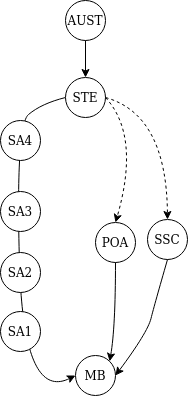
Above: gabrielsargeant/content/posts/graph1/tree.png in gabesargeant/blog (draw.io), before the change. Source tidied: cells renumbered, new cells last; positions are measured from the earlier drawing's top-left corner, leaving out a move shared by most shapes. The source it was exported from:
```xml
<mxGraphModel>
  <root>
    <mxCell id="0" />
    <mxCell id="1" parent="0" />
    <mxCell id="2" style="curved=1;endArrow=classic;html=1;entryX=0;entryY=0.5;entryDx=0;entryDy=0;exitX=0;exitY=0.5;exitDx=0;exitDy=0;" parent="1" edge="1" source="4" target="8">
      <mxGeometry relative="1" as="geometry">
        <Array as="points">
          <mxPoint x="41" y="103" />
          <mxPoint x="15" y="125" />
          <mxPoint x="23" y="401" />
        </Array>
      </mxGeometry>
    </mxCell>
    <mxCell id="3" value="AUST" style="ellipse;whiteSpace=wrap;html=1;" parent="1" vertex="1">
      <mxGeometry x="65" width="40" height="40" as="geometry" />
    </mxCell>
    <mxCell id="4" value="STE" style="ellipse;whiteSpace=wrap;html=1;" parent="1" vertex="1">
      <mxGeometry x="65" y="77" width="40" height="40" as="geometry" />
    </mxCell>
    <mxCell id="5" value="SA4" style="ellipse;whiteSpace=wrap;html=1;" parent="1" vertex="1">
      <mxGeometry y="120" width="40" height="40" as="geometry" />
    </mxCell>
    <mxCell id="6" value="SA2" style="ellipse;whiteSpace=wrap;html=1;" parent="1" vertex="1">
      <mxGeometry y="252" width="40" height="40" as="geometry" />
    </mxCell>
    <mxCell id="7" value="SA1" style="ellipse;whiteSpace=wrap;html=1;" parent="1" vertex="1">
      <mxGeometry y="311" width="40" height="40" as="geometry" />
    </mxCell>
    <mxCell id="8" value="MB" style="ellipse;whiteSpace=wrap;html=1;" parent="1" vertex="1">
      <mxGeometry x="75" y="355" width="40" height="40" as="geometry" />
    </mxCell>
    <mxCell id="9" value="POA" style="ellipse;whiteSpace=wrap;html=1;" parent="1" vertex="1">
      <mxGeometry x="95" y="222" width="40" height="40" as="geometry" />
    </mxCell>
    <mxCell id="10" value="SSC" style="ellipse;whiteSpace=wrap;html=1;" parent="1" vertex="1">
      <mxGeometry x="147" y="219" width="40" height="40" as="geometry" />
    </mxCell>
    <mxCell id="11" style="endArrow=classic;html=1;exitX=0.5;exitY=1;exitDx=0;exitDy=0;" parent="1" edge="1" source="3" target="4">
      <mxGeometry relative="1" as="geometry" />
    </mxCell>
    <mxCell id="12" style="curved=1;endArrow=classic;html=1;exitX=1;exitY=0.5;exitDx=0;exitDy=0;entryX=0.5;entryY=0;entryDx=0;entryDy=0;dashed=1;" parent="1" edge="1" source="4" target="9">
      <mxGeometry relative="1" as="geometry">
        <Array as="points">
          <mxPoint x="140" y="135" />
        </Array>
      </mxGeometry>
    </mxCell>
    <mxCell id="13" style="curved=1;endArrow=classic;html=1;exitX=1;exitY=0.5;exitDx=0;exitDy=0;entryX=0.5;entryY=0;entryDx=0;entryDy=0;dashed=1;" parent="1" edge="1" source="4" target="10">
      <mxGeometry relative="1" as="geometry">
        <Array as="points">
          <mxPoint x="166" y="114" />
        </Array>
      </mxGeometry>
    </mxCell>
    <mxCell id="14" style="curved=1;endArrow=classic;html=1;entryX=1;entryY=0;entryDx=0;entryDy=0;exitX=0.5;exitY=1;exitDx=0;exitDy=0;" parent="1" edge="1" source="9" target="8">
      <mxGeometry relative="1" as="geometry">
        <Array as="points">
          <mxPoint x="115" y="327" />
        </Array>
      </mxGeometry>
    </mxCell>
    <mxCell id="15" style="curved=1;endArrow=classic;html=1;entryX=1;entryY=0.5;entryDx=0;entryDy=0;exitX=0.5;exitY=1;exitDx=0;exitDy=0;" parent="1" edge="1" source="10" target="8">
      <mxGeometry relative="1" as="geometry">
        <Array as="points">
          <mxPoint x="154" y="304" />
          <mxPoint x="147" y="332" />
        </Array>
      </mxGeometry>
    </mxCell>
    <mxCell id="16" value="SA3" style="ellipse;whiteSpace=wrap;html=1;" parent="1" vertex="1">
      <mxGeometry y="191" width="40" height="40" as="geometry" />
    </mxCell>
  </root>
</mxGraphModel>
```
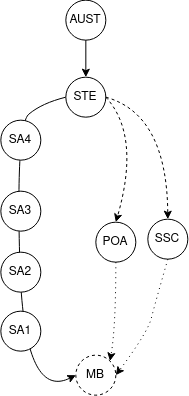
Later version of the same file.

Commit message:
tree background

Change to the diagram source:
```diff
@@ -26,7 +26,7 @@
     <mxCell id="7" value="SA1" style="ellipse;whiteSpace=wrap;html=1;" parent="1" vertex="1">
       <mxGeometry y="311" width="40" height="40" as="geometry" />
     </mxCell>
-    <mxCell id="8" value="MB" style="ellipse;whiteSpace=wrap;html=1;" parent="1" vertex="1">
+    <mxCell id="8" value="MB" style="ellipse;whiteSpace=wrap;html=1;dashed=1;" parent="1" vertex="1">
       <mxGeometry x="75" y="355" width="40" height="40" as="geometry" />
     </mxCell>
     <mxCell id="9" value="POA" style="ellipse;whiteSpace=wrap;html=1;" parent="1" vertex="1">
@@ -52,14 +52,14 @@
         </Array>
       </mxGeometry>
     </mxCell>
-    <mxCell id="14" style="curved=1;endArrow=classic;html=1;entryX=1;entryY=0;entryDx=0;entryDy=0;exitX=0.5;exitY=1;exitDx=0;exitDy=0;" parent="1" edge="1" source="9" target="8">
+    <mxCell id="14" style="curved=1;endArrow=classic;html=1;entryX=1;entryY=0;entryDx=0;entryDy=0;exitX=0.5;exitY=1;exitDx=0;exitDy=0;dashed=1;dashPattern=1 4;" parent="1" edge="1" source="9" target="8">
       <mxGeometry relative="1" as="geometry">
         <Array as="points">
           <mxPoint x="115" y="327" />
         </Array>
       </mxGeometry>
     </mxCell>
-    <mxCell id="15" style="curved=1;endArrow=classic;html=1;entryX=1;entryY=0.5;entryDx=0;entryDy=0;exitX=0.5;exitY=1;exitDx=0;exitDy=0;" parent="1" edge="1" source="10" target="8">
+    <mxCell id="15" style="curved=1;endArrow=classic;html=1;entryX=1;entryY=0.5;entryDx=0;entryDy=0;exitX=0.5;exitY=1;exitDx=0;exitDy=0;dashed=1;dashPattern=1 4;" parent="1" edge="1" source="10" target="8">
       <mxGeometry relative="1" as="geometry">
         <Array as="points">
           <mxPoint x="154" y="304" />
```
